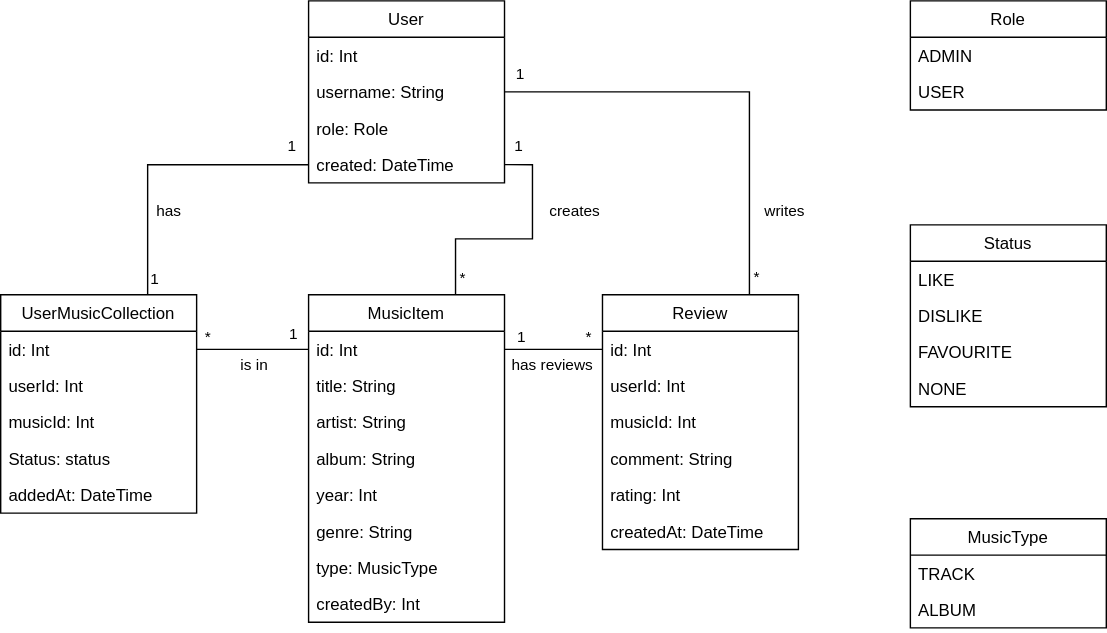
Earlier version of the draw.io export uml.svg (MichaelS114/music-collection). Source tidied: cells renumbered, new cells last; positions are measured from the earlier drawing's top-left corner, leaving out a move shared by most shapes. The source it was exported from:
```xml
<mxGraphModel>
  <root>
    <mxCell id="0" />
    <mxCell id="1" parent="0" />
    <mxCell id="2" value="User" style="swimlane;fontStyle=0;horizontal=1;startSize=26;fillColor=none;" parent="1" vertex="1">
      <mxGeometry x="220" width="140" height="130" as="geometry" />
    </mxCell>
    <mxCell id="3" value="id: Int" style="text;strokeColor=none;fillColor=none;align=left;verticalAlign=top;spacingLeft=4;spacingRight=4;overflow=hidden;" parent="2" vertex="1">
      <mxGeometry y="26" width="140" height="26" as="geometry" />
    </mxCell>
    <mxCell id="4" value="username: String" style="text;strokeColor=none;fillColor=none;align=left;verticalAlign=top;spacingLeft=4;spacingRight=4;overflow=hidden;points=[[0,0.5],[1,0.5]];portConstraint=eastwest;" parent="2" vertex="1">
      <mxGeometry y="52" width="140" height="26" as="geometry" />
    </mxCell>
    <mxCell id="5" value="role: Role&#10;" style="text;strokeColor=none;fillColor=none;align=left;verticalAlign=top;spacingLeft=4;spacingRight=4;overflow=hidden;" parent="2" vertex="1">
      <mxGeometry y="78" width="140" height="26" as="geometry" />
    </mxCell>
    <mxCell id="6" value="created: DateTime" style="text;strokeColor=none;fillColor=none;align=left;verticalAlign=top;spacingLeft=4;spacingRight=4;overflow=hidden;points=[[0,0.5],[1,0.5]];portConstraint=eastwest;" parent="2" vertex="1">
      <mxGeometry y="104" width="140" height="26" as="geometry" />
    </mxCell>
    <mxCell id="7" value="MusicItem" style="swimlane;fontStyle=0;horizontal=1;startSize=26;fillColor=none;" parent="1" vertex="1">
      <mxGeometry x="220" y="210" width="140" height="234" as="geometry" />
    </mxCell>
    <mxCell id="8" value="id: Int" style="text;strokeColor=none;fillColor=none;align=left;verticalAlign=top;spacingLeft=4;spacingRight=4;overflow=hidden;points=[[0,0.5],[1,0.5]];portConstraint=eastwest;" parent="7" vertex="1">
      <mxGeometry y="26" width="140" height="26" as="geometry" />
    </mxCell>
    <mxCell id="9" value="title: String" style="text;strokeColor=none;fillColor=none;align=left;verticalAlign=top;spacingLeft=4;spacingRight=4;overflow=hidden;" parent="7" vertex="1">
      <mxGeometry y="52" width="140" height="26" as="geometry" />
    </mxCell>
    <mxCell id="10" value="artist: String" style="text;strokeColor=none;fillColor=none;align=left;verticalAlign=top;spacingLeft=4;spacingRight=4;overflow=hidden;" parent="7" vertex="1">
      <mxGeometry y="78" width="140" height="26" as="geometry" />
    </mxCell>
    <mxCell id="11" value="album: String" style="text;strokeColor=none;fillColor=none;align=left;verticalAlign=top;spacingLeft=4;spacingRight=4;overflow=hidden;" parent="7" vertex="1">
      <mxGeometry y="104" width="140" height="26" as="geometry" />
    </mxCell>
    <mxCell id="12" value="year: Int" style="text;strokeColor=none;fillColor=none;align=left;verticalAlign=top;spacingLeft=4;spacingRight=4;overflow=hidden;" parent="7" vertex="1">
      <mxGeometry y="130" width="140" height="26" as="geometry" />
    </mxCell>
    <mxCell id="13" value="genre: String" style="text;strokeColor=none;fillColor=none;align=left;verticalAlign=top;spacingLeft=4;spacingRight=4;overflow=hidden;" parent="7" vertex="1">
      <mxGeometry y="156" width="140" height="26" as="geometry" />
    </mxCell>
    <mxCell id="14" value="type: MusicType" style="text;strokeColor=none;fillColor=none;align=left;verticalAlign=top;spacingLeft=4;spacingRight=4;overflow=hidden;" parent="7" vertex="1">
      <mxGeometry y="182" width="140" height="26" as="geometry" />
    </mxCell>
    <mxCell id="15" value="createdBy: Int" style="text;strokeColor=none;fillColor=none;align=left;verticalAlign=top;spacingLeft=4;spacingRight=4;overflow=hidden;" parent="7" vertex="1">
      <mxGeometry y="208" width="140" height="26" as="geometry" />
    </mxCell>
    <mxCell id="16" value="Review" style="swimlane;fontStyle=0;horizontal=1;startSize=26;fillColor=none;" parent="1" vertex="1">
      <mxGeometry x="430" y="210" width="140" height="182" as="geometry" />
    </mxCell>
    <mxCell id="17" value="id: Int" style="text;strokeColor=none;fillColor=none;align=left;verticalAlign=top;spacingLeft=4;spacingRight=4;overflow=hidden;points=[[0,0.5],[1,0.5]];portConstraint=eastwest;" parent="16" vertex="1">
      <mxGeometry y="26" width="140" height="26" as="geometry" />
    </mxCell>
    <mxCell id="18" value="userId: Int" style="text;strokeColor=none;fillColor=none;align=left;verticalAlign=top;spacingLeft=4;spacingRight=4;overflow=hidden;" parent="16" vertex="1">
      <mxGeometry y="52" width="140" height="26" as="geometry" />
    </mxCell>
    <mxCell id="19" value="musicId: Int&#10;" style="text;strokeColor=none;fillColor=none;align=left;verticalAlign=top;spacingLeft=4;spacingRight=4;overflow=hidden;" parent="16" vertex="1">
      <mxGeometry y="78" width="140" height="26" as="geometry" />
    </mxCell>
    <mxCell id="20" value="comment: String" style="text;strokeColor=none;fillColor=none;align=left;verticalAlign=top;spacingLeft=4;spacingRight=4;overflow=hidden;" parent="16" vertex="1">
      <mxGeometry y="104" width="140" height="26" as="geometry" />
    </mxCell>
    <mxCell id="21" value="rating: Int" style="text;strokeColor=none;fillColor=none;align=left;verticalAlign=top;spacingLeft=4;spacingRight=4;overflow=hidden;" parent="16" vertex="1">
      <mxGeometry y="130" width="140" height="26" as="geometry" />
    </mxCell>
    <mxCell id="22" value="createdAt: DateTime" style="text;strokeColor=none;fillColor=none;align=left;verticalAlign=top;spacingLeft=4;spacingRight=4;overflow=hidden;" parent="16" vertex="1">
      <mxGeometry y="156" width="140" height="26" as="geometry" />
    </mxCell>
    <mxCell id="23" value="UserMusicCollection" style="swimlane;fontStyle=0;horizontal=1;startSize=26;fillColor=none;" parent="1" vertex="1">
      <mxGeometry y="210" width="140" height="156" as="geometry" />
    </mxCell>
    <mxCell id="24" value="id: Int" style="text;strokeColor=none;fillColor=none;align=left;verticalAlign=top;spacingLeft=4;spacingRight=4;overflow=hidden;points=[[0,0.5],[1,0.5]];portConstraint=eastwest;" parent="23" vertex="1">
      <mxGeometry y="26" width="140" height="26" as="geometry" />
    </mxCell>
    <mxCell id="25" value="userId: Int" style="text;strokeColor=none;fillColor=none;align=left;verticalAlign=top;spacingLeft=4;spacingRight=4;overflow=hidden;" parent="23" vertex="1">
      <mxGeometry y="52" width="140" height="26" as="geometry" />
    </mxCell>
    <mxCell id="26" value="musicId: Int&#10;" style="text;strokeColor=none;fillColor=none;align=left;verticalAlign=top;spacingLeft=4;spacingRight=4;overflow=hidden;" parent="23" vertex="1">
      <mxGeometry y="78" width="140" height="26" as="geometry" />
    </mxCell>
    <mxCell id="27" value="Status: status" style="text;strokeColor=none;fillColor=none;align=left;verticalAlign=top;spacingLeft=4;spacingRight=4;overflow=hidden;" parent="23" vertex="1">
      <mxGeometry y="104" width="140" height="26" as="geometry" />
    </mxCell>
    <mxCell id="28" value="addedAt: DateTime" style="text;strokeColor=none;fillColor=none;align=left;verticalAlign=top;spacingLeft=4;spacingRight=4;overflow=hidden;" parent="23" vertex="1">
      <mxGeometry y="130" width="140" height="26" as="geometry" />
    </mxCell>
    <mxCell id="29" value="Role" style="swimlane;fontStyle=0;horizontal=1;startSize=26;fillColor=none;" parent="1" vertex="1">
      <mxGeometry x="650" width="140" height="78" as="geometry" />
    </mxCell>
    <mxCell id="30" value="ADMIN" style="text;strokeColor=none;fillColor=none;align=left;verticalAlign=top;spacingLeft=4;spacingRight=4;overflow=hidden;" parent="29" vertex="1">
      <mxGeometry y="26" width="140" height="26" as="geometry" />
    </mxCell>
    <mxCell id="31" value="USER" style="text;strokeColor=none;fillColor=none;align=left;verticalAlign=top;spacingLeft=4;spacingRight=4;overflow=hidden;" parent="29" vertex="1">
      <mxGeometry y="52" width="140" height="26" as="geometry" />
    </mxCell>
    <mxCell id="32" value="MusicType" style="swimlane;fontStyle=0;horizontal=1;startSize=26;fillColor=none;" parent="1" vertex="1">
      <mxGeometry x="650" y="370" width="140" height="78" as="geometry" />
    </mxCell>
    <mxCell id="33" value="TRACK" style="text;strokeColor=none;fillColor=none;align=left;verticalAlign=top;spacingLeft=4;spacingRight=4;overflow=hidden;" parent="32" vertex="1">
      <mxGeometry y="26" width="140" height="26" as="geometry" />
    </mxCell>
    <mxCell id="34" value="ALBUM" style="text;strokeColor=none;fillColor=none;align=left;verticalAlign=top;spacingLeft=4;spacingRight=4;overflow=hidden;" parent="32" vertex="1">
      <mxGeometry y="52" width="140" height="26" as="geometry" />
    </mxCell>
    <mxCell id="35" value="Status" style="swimlane;fontStyle=0;horizontal=1;startSize=26;fillColor=none;" parent="1" vertex="1">
      <mxGeometry x="650" y="160" width="140" height="130" as="geometry" />
    </mxCell>
    <mxCell id="36" value="LIKE" style="text;strokeColor=none;fillColor=none;align=left;verticalAlign=top;spacingLeft=4;spacingRight=4;overflow=hidden;" parent="35" vertex="1">
      <mxGeometry y="26" width="140" height="26" as="geometry" />
    </mxCell>
    <mxCell id="37" value="DISLIKE" style="text;strokeColor=none;fillColor=none;align=left;verticalAlign=top;spacingLeft=4;spacingRight=4;overflow=hidden;" parent="35" vertex="1">
      <mxGeometry y="52" width="140" height="26" as="geometry" />
    </mxCell>
    <mxCell id="38" value="FAVOURITE" style="text;strokeColor=none;fillColor=none;align=left;verticalAlign=top;spacingLeft=4;spacingRight=4;overflow=hidden;" parent="35" vertex="1">
      <mxGeometry y="78" width="140" height="26" as="geometry" />
    </mxCell>
    <mxCell id="39" value="NONE" style="text;strokeColor=none;fillColor=none;align=left;verticalAlign=top;spacingLeft=4;spacingRight=4;overflow=hidden;" parent="35" vertex="1">
      <mxGeometry y="104" width="140" height="26" as="geometry" />
    </mxCell>
    <mxCell id="40" style="edgeStyle=orthogonalEdgeStyle;rounded=0;jettySize=auto;html=1;entryX=0.75;entryY=0;entryDx=0;entryDy=0;endArrow=none;endFill=0;" parent="1" edge="1" source="4" target="16">
      <mxGeometry relative="1" as="geometry" />
    </mxCell>
    <mxCell id="41" value="1" style="edgeLabel;html=1;align=center;verticalAlign=middle;" parent="40" vertex="1">
      <mxGeometry x="-0.93" y="2" relative="1" as="geometry">
        <mxPoint y="-11" as="offset" />
      </mxGeometry>
    </mxCell>
    <mxCell id="42" value="*" style="edgeLabel;html=1;align=center;verticalAlign=middle;" parent="40" vertex="1">
      <mxGeometry x="0.92" relative="1" as="geometry">
        <mxPoint x="5" as="offset" />
      </mxGeometry>
    </mxCell>
    <mxCell id="43" value="writes" style="edgeLabel;html=1;align=center;verticalAlign=middle;" parent="40" vertex="1">
      <mxGeometry x="0.62" y="-1" relative="1" as="geometry">
        <mxPoint x="26" as="offset" />
      </mxGeometry>
    </mxCell>
    <mxCell id="44" style="edgeStyle=orthogonalEdgeStyle;rounded=0;jettySize=auto;html=1;entryX=0.75;entryY=0;entryDx=0;entryDy=0;endArrow=none;endFill=0;exitX=1;exitY=0.5;exitDx=0;exitDy=0;" parent="1" edge="1" source="6" target="7">
      <mxGeometry relative="1" as="geometry" />
    </mxCell>
    <mxCell id="45" value="1" style="edgeLabel;html=1;align=center;verticalAlign=middle;" parent="44" vertex="1">
      <mxGeometry x="-0.72" y="1" relative="1" as="geometry">
        <mxPoint x="-11" y="-17" as="offset" />
      </mxGeometry>
    </mxCell>
    <mxCell id="46" value="*" style="edgeLabel;html=1;align=center;verticalAlign=middle;" parent="44" vertex="1">
      <mxGeometry x="0.85" relative="1" as="geometry">
        <mxPoint x="5" as="offset" />
      </mxGeometry>
    </mxCell>
    <mxCell id="47" value="creates" style="edgeLabel;html=1;align=center;verticalAlign=middle;" parent="44" vertex="1">
      <mxGeometry x="-0.3" y="-3" relative="1" as="geometry">
        <mxPoint x="33" y="-6" as="offset" />
      </mxGeometry>
    </mxCell>
    <mxCell id="48" style="edgeStyle=orthogonalEdgeStyle;rounded=0;jettySize=auto;html=1;entryX=0.75;entryY=0;entryDx=0;entryDy=0;endArrow=none;endFill=0;" parent="1" edge="1" source="6" target="23">
      <mxGeometry relative="1" as="geometry" />
    </mxCell>
    <mxCell id="49" value="1" style="edgeLabel;html=1;align=center;verticalAlign=middle;" parent="48" vertex="1">
      <mxGeometry x="-0.88" y="-2" relative="1" as="geometry">
        <mxPoint y="-11" as="offset" />
      </mxGeometry>
    </mxCell>
    <mxCell id="50" value="1" style="edgeLabel;html=1;align=center;verticalAlign=middle;" parent="48" vertex="1">
      <mxGeometry x="0.89" relative="1" as="geometry">
        <mxPoint x="5" as="offset" />
      </mxGeometry>
    </mxCell>
    <mxCell id="51" value="has" style="edgeLabel;html=1;align=center;verticalAlign=middle;" parent="48" vertex="1">
      <mxGeometry x="0.42" relative="1" as="geometry">
        <mxPoint x="15" as="offset" />
      </mxGeometry>
    </mxCell>
    <mxCell id="52" style="edgeStyle=orthogonalEdgeStyle;rounded=0;jettySize=auto;html=1;entryX=1;entryY=0.5;entryDx=0;entryDy=0;endArrow=none;endFill=0;" parent="1" edge="1" source="8" target="24">
      <mxGeometry relative="1" as="geometry" />
    </mxCell>
    <mxCell id="53" value="1" style="edgeLabel;html=1;align=center;verticalAlign=middle;" parent="52" vertex="1">
      <mxGeometry x="-0.72" y="1" relative="1" as="geometry">
        <mxPoint y="-12" as="offset" />
      </mxGeometry>
    </mxCell>
    <mxCell id="54" value="*" style="edgeLabel;html=1;align=center;verticalAlign=middle;" parent="52" vertex="1">
      <mxGeometry x="0.81" y="-2" relative="1" as="geometry">
        <mxPoint y="-7" as="offset" />
      </mxGeometry>
    </mxCell>
    <mxCell id="55" value="is in" style="edgeLabel;html=1;align=center;verticalAlign=middle;" parent="52" vertex="1">
      <mxGeometry x="0.19" y="1" relative="1" as="geometry">
        <mxPoint x="8" y="10" as="offset" />
      </mxGeometry>
    </mxCell>
    <mxCell id="56" style="edgeStyle=orthogonalEdgeStyle;rounded=0;jettySize=auto;html=1;entryX=1;entryY=0.5;entryDx=0;entryDy=0;endArrow=none;endFill=0;" parent="1" edge="1" source="17" target="8">
      <mxGeometry relative="1" as="geometry" />
    </mxCell>
    <mxCell id="57" value="*" style="edgeLabel;html=1;align=center;verticalAlign=middle;" parent="56" vertex="1">
      <mxGeometry x="-0.6" y="1" relative="1" as="geometry">
        <mxPoint x="4" y="-10" as="offset" />
      </mxGeometry>
    </mxCell>
    <mxCell id="58" value="1" style="edgeLabel;html=1;align=center;verticalAlign=middle;" parent="56" vertex="1">
      <mxGeometry x="0.65" y="2" relative="1" as="geometry">
        <mxPoint y="-11" as="offset" />
      </mxGeometry>
    </mxCell>
    <mxCell id="59" value="has reviews" style="edgeLabel;html=1;align=center;verticalAlign=middle;" parent="56" vertex="1">
      <mxGeometry x="0.04" y="1" relative="1" as="geometry">
        <mxPoint y="10" as="offset" />
      </mxGeometry>
    </mxCell>
  </root>
</mxGraphModel>
```
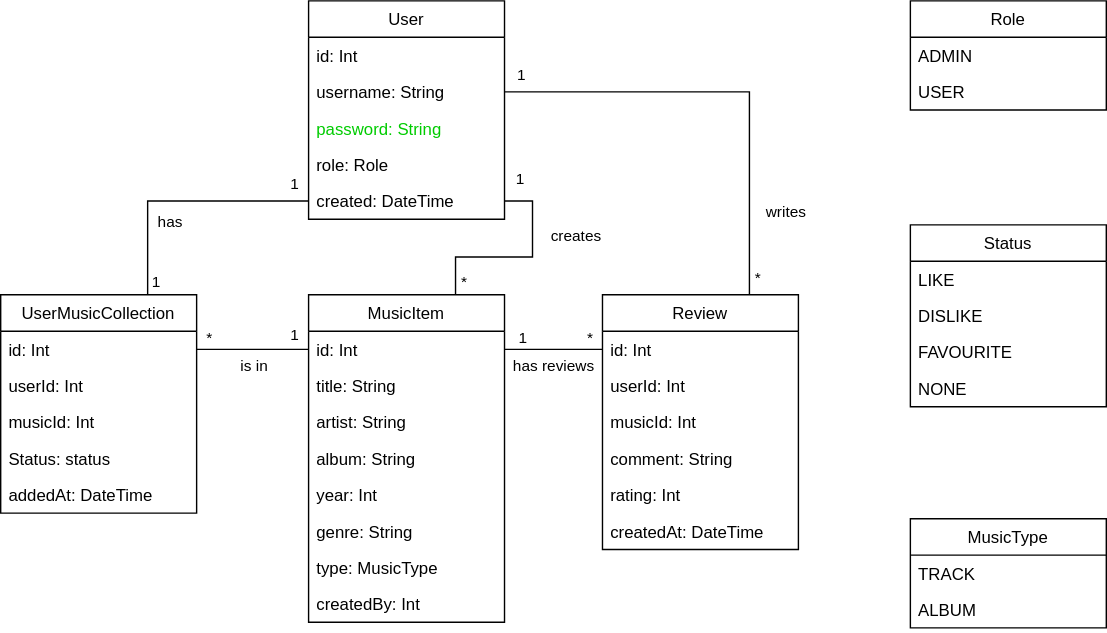
Above is the later version.

The edit, as a diff of the source:
```diff
@@ -3,7 +3,7 @@
     <mxCell id="0" />
     <mxCell id="1" parent="0" />
     <mxCell id="2" value="User" style="swimlane;fontStyle=0;horizontal=1;startSize=26;fillColor=none;" parent="1" vertex="1">
-      <mxGeometry x="220" width="140" height="130" as="geometry" />
+      <mxGeometry x="220" width="140" height="156" as="geometry" />
     </mxCell>
     <mxCell id="3" value="id: Int" style="text;strokeColor=none;fillColor=none;align=left;verticalAlign=top;spacingLeft=4;spacingRight=4;overflow=hidden;" parent="2" vertex="1">
       <mxGeometry y="26" width="140" height="26" as="geometry" />
@@ -11,11 +11,14 @@
     <mxCell id="4" value="username: String" style="text;strokeColor=none;fillColor=none;align=left;verticalAlign=top;spacingLeft=4;spacingRight=4;overflow=hidden;points=[[0,0.5],[1,0.5]];portConstraint=eastwest;" parent="2" vertex="1">
       <mxGeometry y="52" width="140" height="26" as="geometry" />
     </mxCell>
+    <mxCell id="60" value="password: String&#10;" style="text;strokeColor=none;fillColor=none;align=left;verticalAlign=top;spacingLeft=4;spacingRight=4;overflow=hidden;fontColor=#00CC00;" parent="2" vertex="1">
+      <mxGeometry y="78" width="140" height="26" as="geometry" />
+    </mxCell>
     <mxCell id="5" value="role: Role&#10;" style="text;strokeColor=none;fillColor=none;align=left;verticalAlign=top;spacingLeft=4;spacingRight=4;overflow=hidden;" parent="2" vertex="1">
-      <mxGeometry y="78" width="140" height="26" as="geometry" />
+      <mxGeometry y="104" width="140" height="26" as="geometry" />
     </mxCell>
     <mxCell id="6" value="created: DateTime" style="text;strokeColor=none;fillColor=none;align=left;verticalAlign=top;spacingLeft=4;spacingRight=4;overflow=hidden;points=[[0,0.5],[1,0.5]];portConstraint=eastwest;" parent="2" vertex="1">
-      <mxGeometry y="104" width="140" height="26" as="geometry" />
+      <mxGeometry y="130" width="140" height="26" as="geometry" />
     </mxCell>
     <mxCell id="7" value="MusicItem" style="swimlane;fontStyle=0;horizontal=1;startSize=26;fillColor=none;" parent="1" vertex="1">
       <mxGeometry x="220" y="210" width="140" height="234" as="geometry" />
```
